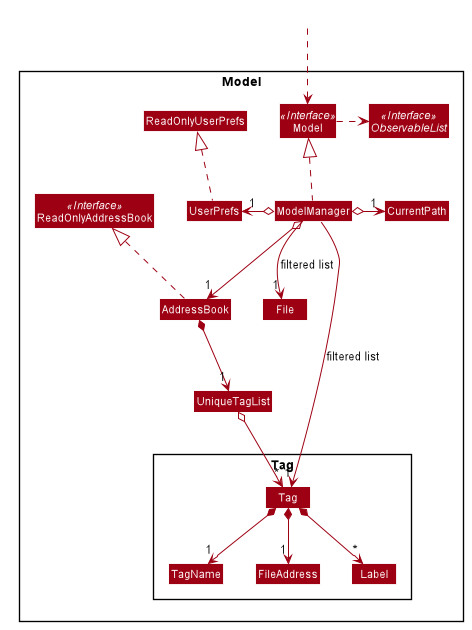
nus-cs2103-AY2021S1/tp keeps this PlantUML diagram as docs/images/ModelClassDiagram.png. Above is the earlier version.
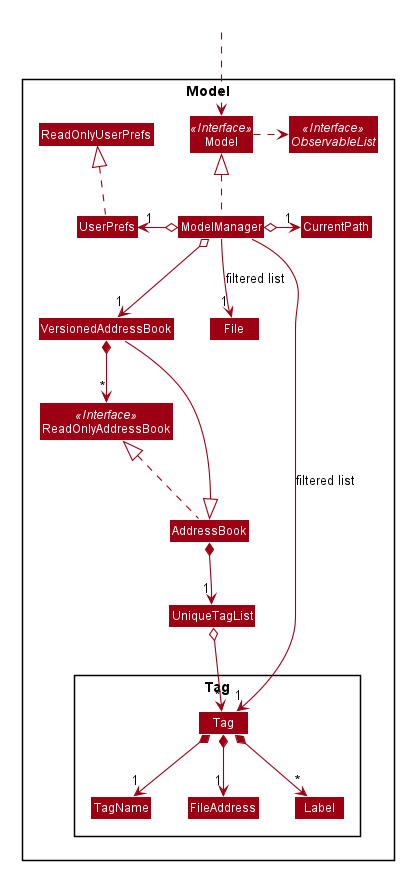
The same file after the commit.

Commit message:
Update Model UML diagrams to include a versioned address book

Diff of the diagram source:
```diff
@@ -58,6 +58,7 @@
 Interface Model <<Interface>>
 Interface ObservableList <<Interface>>
 Class AddressBook
+Class VersionedAddressBook
 Class ReadOnlyAddressBook
 Class Model
 Class ModelManager
@@ -76,15 +77,17 @@
 HiddenOutside ..> Model
 
 AddressBook .up.|> ReadOnlyAddressBook
+VersionedAddressBook --|> AddressBook
 
 ModelManager .up.|> Model
 Model .right.> ObservableList
-ModelManager o--> "1" AddressBook
+ModelManager o--> "1" VersionedAddressBook
 ModelManager o-left-> "1" UserPrefs
 ModelManager o-right-> "1" CurrentPath
 UserPrefs .up.|> ReadOnlyUserPrefs
 
 AddressBook *--> "1" UniqueTagList
+VersionedAddressBook *--> "*" ReadOnlyAddressBook
 UniqueTagList o--> "*" Tag
 Tag *--> "1" TagName
 Tag *--> "1" FileAddress
```
